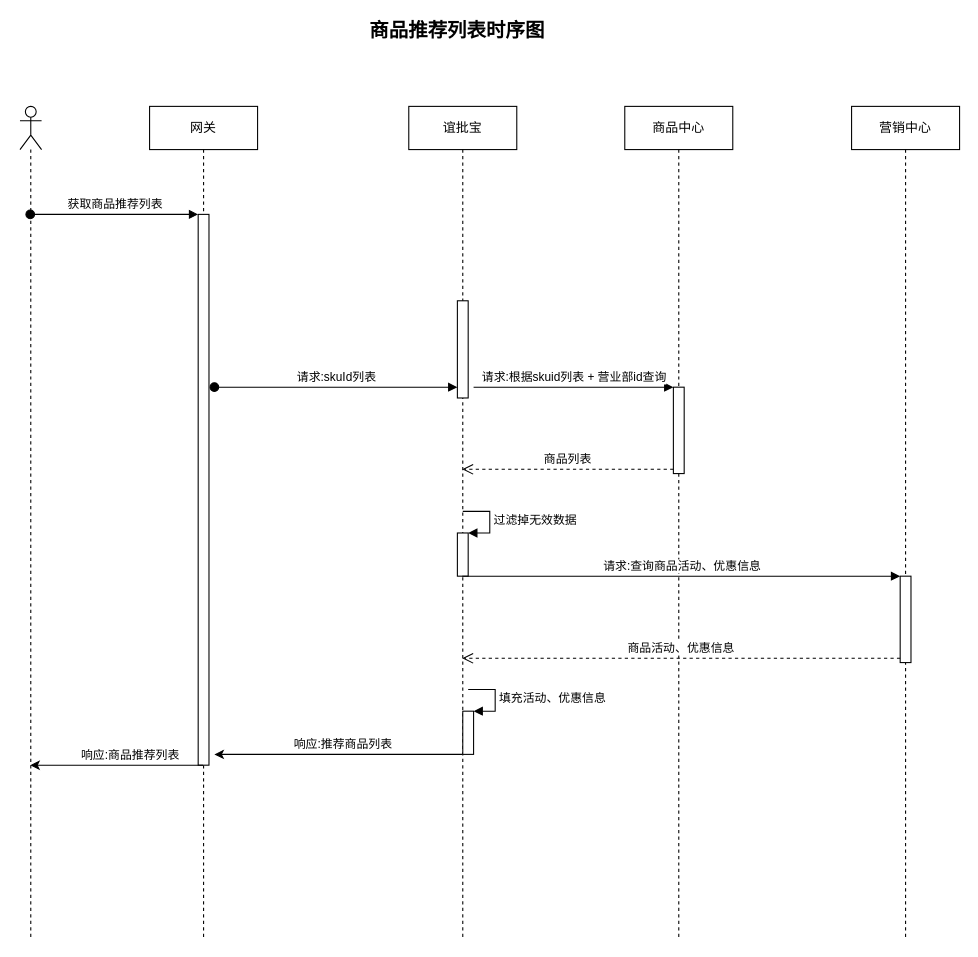
busgo/busgo.github.io keeps this draw.io diagram as Untitled Diagram.drawio. Above is the earlier version. Source tidied: cells renumbered, new cells numbered last; positions are measured from the earlier drawing's top-left corner, leaving out a move shared by most shapes. Both pictures are drawn from the tidied source at 108%, with x=0, y=0 at pixel (19, 19).
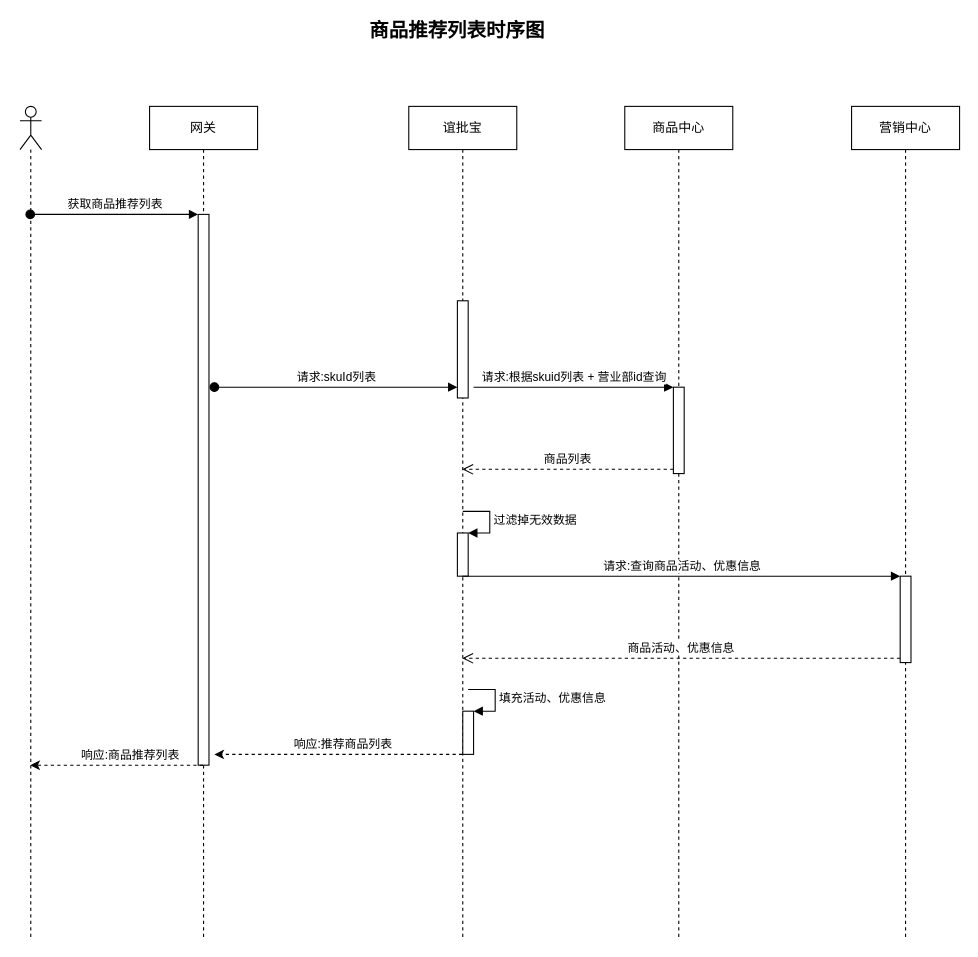
The same page after the edit.

Unchanged cells that the change refers to:
```xml
<mxCell id="2" style="shape=umlLifeline;participant=umlActor;perimeter=lifelinePerimeter;whiteSpace=wrap;html=1;verticalAlign=top;spacingTop=36;outlineConnect=0;" parent="1" vertex="1">
  <mxGeometry y="80" width="20" height="770" as="geometry" />
</mxCell>
<mxCell id="3" value="网关" style="shape=umlLifeline;perimeter=lifelinePerimeter;whiteSpace=wrap;html=1;outlineConnect=0;" parent="1" vertex="1">
  <mxGeometry x="120" y="80" width="100" height="770" as="geometry" />
</mxCell>
<mxCell id="6" value="谊批宝" style="shape=umlLifeline;perimeter=lifelinePerimeter;whiteSpace=wrap;html=1;outlineConnect=0;" parent="1" vertex="1">
  <mxGeometry x="360" y="80" width="100" height="770" as="geometry" />
</mxCell>
```

Change to the diagram source:
```diff
@@
-    <mxCell id="21" style="endArrow=classic;html=1;" parent="1" edge="1" source="6">
+    <mxCell id="21" style="endArrow=classic;html=1;dashed=1;" parent="1" edge="1" source="6">
       <mxGeometry relative="1" as="geometry">
         <mxPoint x="180" y="680" as="targetPoint" />
         <Array as="points">
           <mxPoint x="300" y="680" />
         </Array>
       </mxGeometry>
     </mxCell>
@@
-    <mxCell id="23" style="endArrow=classic;html=1;" parent="1" edge="1" source="3" target="2">
+    <mxCell id="23" style="endArrow=classic;html=1;dashed=1;" parent="1" edge="1" source="3" target="2">
       <mxGeometry relative="1" as="geometry">
         <Array as="points">
           <mxPoint x="100" y="690" />
         </Array>
       </mxGeometry>
     </mxCell>
```
